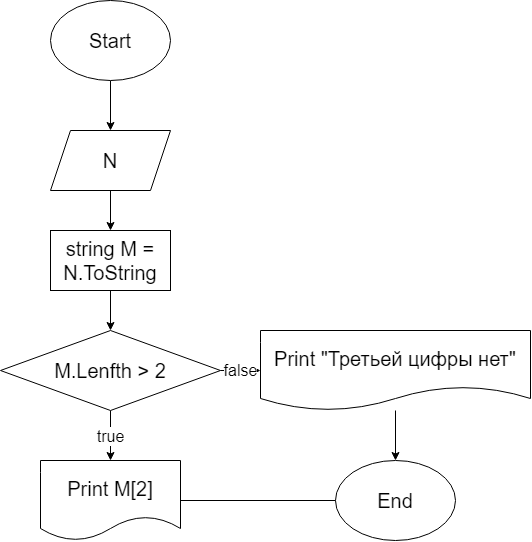
Before: Seminar_2/Task6/diagram.drawio.png, a diagram exported from draw.io (158946732/HomeWorks). Source tidied: cells renumbered, new cells last; positions are measured from the earlier drawing's top-left corner, leaving out a move shared by most shapes. Its diagram source:
```xml
<mxGraphModel>
  <root>
    <mxCell id="0" />
    <mxCell id="1" parent="0" />
    <mxCell id="2" style="edgeStyle=none;html=1;entryX=0.5;entryY=0;entryDx=0;entryDy=0;fontSize=20;" parent="1" edge="1" source="3" target="5">
      <mxGeometry relative="1" as="geometry" />
    </mxCell>
    <mxCell id="3" value="Start" style="ellipse;whiteSpace=wrap;html=1;fontSize=20;" parent="1" vertex="1">
      <mxGeometry x="50" width="120" height="80" as="geometry" />
    </mxCell>
    <mxCell id="4" style="edgeStyle=none;html=1;entryX=0.5;entryY=0;entryDx=0;entryDy=0;fontSize=20;" parent="1" edge="1" source="5" target="7">
      <mxGeometry relative="1" as="geometry" />
    </mxCell>
    <mxCell id="5" value="N" style="shape=parallelogram;perimeter=parallelogramPerimeter;whiteSpace=wrap;html=1;fixedSize=1;fontSize=20;" parent="1" vertex="1">
      <mxGeometry x="50" y="130" width="120" height="60" as="geometry" />
    </mxCell>
    <mxCell id="6" style="edgeStyle=none;html=1;entryX=0.5;entryY=0;entryDx=0;entryDy=0;fontSize=20;" parent="1" edge="1" source="7" target="10">
      <mxGeometry relative="1" as="geometry" />
    </mxCell>
    <mxCell id="7" value="string M = N.ToString" style="rounded=0;whiteSpace=wrap;html=1;fontSize=20;" parent="1" vertex="1">
      <mxGeometry x="50" y="230" width="120" height="60" as="geometry" />
    </mxCell>
    <mxCell id="8" value="false" style="edgeStyle=none;html=1;entryX=0;entryY=0.5;entryDx=0;entryDy=0;fontSize=16;" parent="1" edge="1" source="10" target="14">
      <mxGeometry relative="1" as="geometry" />
    </mxCell>
    <mxCell id="9" value="true" style="edgeStyle=none;html=1;entryX=0.5;entryY=0;entryDx=0;entryDy=0;fontSize=16;" parent="1" edge="1" source="10" target="12">
      <mxGeometry relative="1" as="geometry" />
    </mxCell>
    <mxCell id="10" value="M.Lenfth &amp;gt; 2" style="rhombus;whiteSpace=wrap;html=1;fontSize=20;" parent="1" vertex="1">
      <mxGeometry y="330" width="220" height="80" as="geometry" />
    </mxCell>
    <mxCell id="11" style="edgeStyle=none;html=1;entryX=0.125;entryY=0.5;entryDx=0;entryDy=0;entryPerimeter=0;fontSize=16;" parent="1" edge="1" source="12" target="15">
      <mxGeometry relative="1" as="geometry" />
    </mxCell>
    <mxCell id="12" value="Print M[2]" style="shape=document;whiteSpace=wrap;html=1;boundedLbl=1;fontSize=20;" parent="1" vertex="1">
      <mxGeometry x="40" y="460" width="140" height="80" as="geometry" />
    </mxCell>
    <mxCell id="13" style="edgeStyle=none;html=1;entryX=0.5;entryY=0;entryDx=0;entryDy=0;fontSize=16;" parent="1" edge="1" source="14" target="15">
      <mxGeometry relative="1" as="geometry" />
    </mxCell>
    <mxCell id="14" value="Print &quot;Третьей цифры нет&quot;" style="shape=document;whiteSpace=wrap;html=1;boundedLbl=1;fontSize=20;" parent="1" vertex="1">
      <mxGeometry x="260" y="330" width="270" height="80" as="geometry" />
    </mxCell>
    <mxCell id="15" value="End" style="ellipse;whiteSpace=wrap;html=1;fontSize=20;" parent="1" vertex="1">
      <mxGeometry x="335" y="460" width="120" height="80" as="geometry" />
    </mxCell>
  </root>
</mxGraphModel>
```
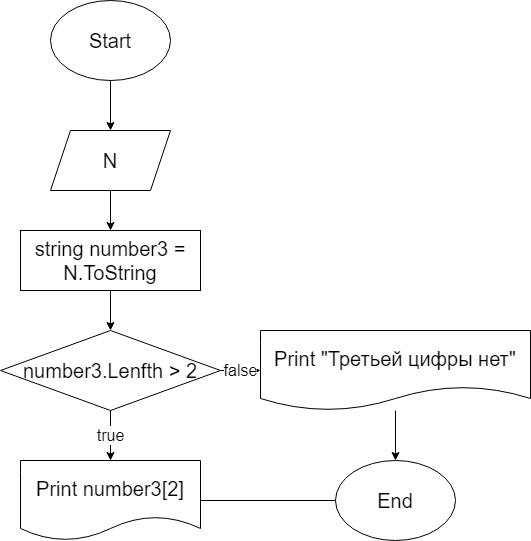
The same file after the commit.

Commit message:
Поправлены недочеты задачи Task6

The edit, as a diff of the source:
```diff
@@ -17,8 +17,8 @@
     <mxCell id="6" style="edgeStyle=none;html=1;entryX=0.5;entryY=0;entryDx=0;entryDy=0;fontSize=20;" parent="1" edge="1" source="7" target="10">
       <mxGeometry relative="1" as="geometry" />
     </mxCell>
-    <mxCell id="7" value="string M = N.ToString" style="rounded=0;whiteSpace=wrap;html=1;fontSize=20;" parent="1" vertex="1">
-      <mxGeometry x="50" y="230" width="120" height="60" as="geometry" />
+    <mxCell id="7" value="string number3 = N.ToString" style="rounded=0;whiteSpace=wrap;html=1;fontSize=20;" parent="1" vertex="1">
+      <mxGeometry x="20" y="230" width="180" height="60" as="geometry" />
     </mxCell>
     <mxCell id="8" value="false" style="edgeStyle=none;html=1;entryX=0;entryY=0.5;entryDx=0;entryDy=0;fontSize=16;" parent="1" edge="1" source="10" target="14">
       <mxGeometry relative="1" as="geometry" />
@@ -26,14 +26,14 @@
     <mxCell id="9" value="true" style="edgeStyle=none;html=1;entryX=0.5;entryY=0;entryDx=0;entryDy=0;fontSize=16;" parent="1" edge="1" source="10" target="12">
       <mxGeometry relative="1" as="geometry" />
     </mxCell>
-    <mxCell id="10" value="M.Lenfth &amp;gt; 2" style="rhombus;whiteSpace=wrap;html=1;fontSize=20;" parent="1" vertex="1">
+    <mxCell id="10" value="number3.Lenfth &amp;gt; 2" style="rhombus;whiteSpace=wrap;html=1;fontSize=20;" parent="1" vertex="1">
       <mxGeometry y="330" width="220" height="80" as="geometry" />
     </mxCell>
     <mxCell id="11" style="edgeStyle=none;html=1;entryX=0.125;entryY=0.5;entryDx=0;entryDy=0;entryPerimeter=0;fontSize=16;" parent="1" edge="1" source="12" target="15">
       <mxGeometry relative="1" as="geometry" />
     </mxCell>
-    <mxCell id="12" value="Print M[2]" style="shape=document;whiteSpace=wrap;html=1;boundedLbl=1;fontSize=20;" parent="1" vertex="1">
-      <mxGeometry x="40" y="460" width="140" height="80" as="geometry" />
+    <mxCell id="12" value="Print number3[2]" style="shape=document;whiteSpace=wrap;html=1;boundedLbl=1;fontSize=20;" parent="1" vertex="1">
+      <mxGeometry x="20" y="460" width="180" height="80" as="geometry" />
     </mxCell>
     <mxCell id="13" style="edgeStyle=none;html=1;entryX=0.5;entryY=0;entryDx=0;entryDy=0;fontSize=16;" parent="1" edge="1" source="14" target="15">
       <mxGeometry relative="1" as="geometry" />
```
